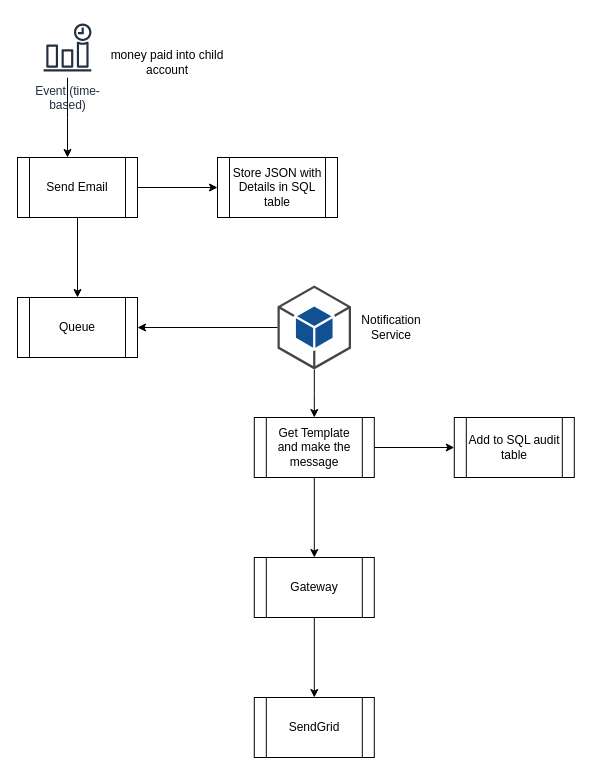
This is CaxtonNotifcationProcess.drawio from mattwatts36/drawings, a draw.io file, before an edit. Source tidied: cells renumbered, new cells numbered last; positions are measured from the earlier drawing's top-left corner, leaving out a move shared by most shapes. Both pictures are drawn from the tidied source at 100%, with x=0, y=0 at pixel (17, 17).
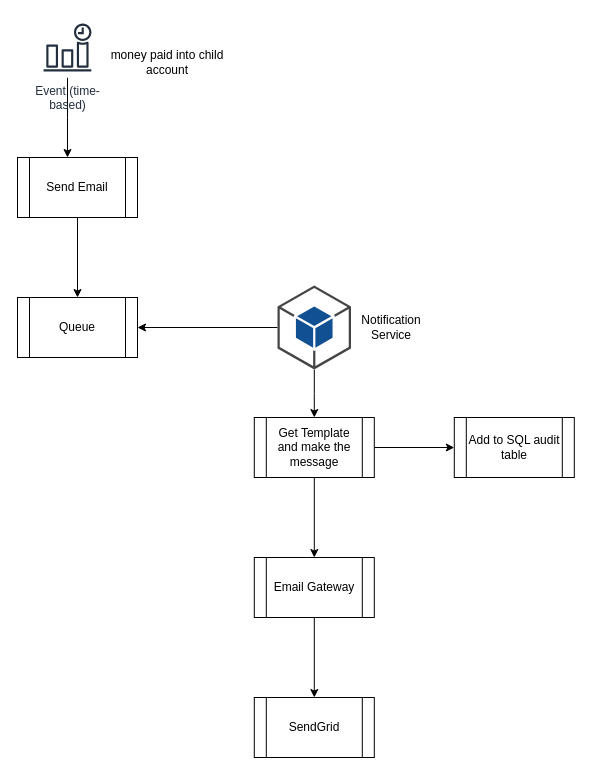
The same diagram, later.

The change refers to these unchanged cells:
```xml
<mxCell id="7" value="Send Email" style="shape=process;whiteSpace=wrap;html=1;backgroundOutline=1;" parent="1" vertex="1">
  <mxGeometry y="140" width="120" height="60" as="geometry" />
</mxCell>
```

What changed in the source:
```diff
@@
-    <mxCell id="5" style="edgeStyle=orthogonalEdgeStyle;rounded=0;jettySize=auto;html=1;" parent="1" edge="1" source="7" target="8">
-      <mxGeometry relative="1" as="geometry" />
-    </mxCell>
@@
-    <mxCell id="8" value="Store JSON with Details in SQL table" style="shape=process;whiteSpace=wrap;html=1;backgroundOutline=1;" parent="1" vertex="1">
-      <mxGeometry x="200" y="140" width="120" height="60" as="geometry" />
-    </mxCell>
@@
-    <mxCell id="18" value="Gateway" style="shape=process;whiteSpace=wrap;html=1;backgroundOutline=1;" parent="1" vertex="1">
+    <mxCell id="18" value="Email Gateway" style="shape=process;whiteSpace=wrap;html=1;backgroundOutline=1;" parent="1" vertex="1">
       <mxGeometry x="236.8" y="540" width="120" height="60" as="geometry" />
     </mxCell>
```
